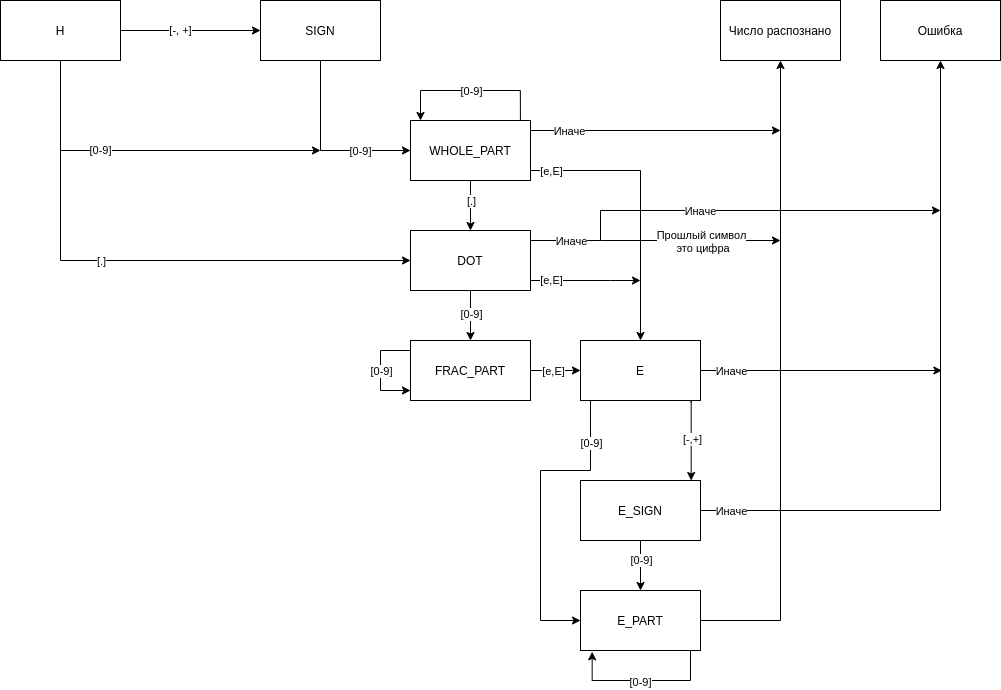
This is numberStatesDgram.png from sevskii111/compiler, a draw.io export, as it was before one commit. Source tidied: cells renumbered, new cells last; positions are measured from the earlier drawing's top-left corner, leaving out a move shared by most shapes. Its diagram source:
```xml
<mxGraphModel>
  <root>
    <mxCell id="0" />
    <mxCell id="1" parent="0" />
    <mxCell id="2" style="endArrow=classic;html=1;" parent="1" edge="1">
      <mxGeometry relative="1" as="geometry">
        <mxPoint x="120" y="30" as="sourcePoint" />
        <mxPoint x="260" y="30" as="targetPoint" />
      </mxGeometry>
    </mxCell>
    <mxCell id="3" value="[-, +]" style="edgeLabel;html=1;align=center;verticalAlign=middle;" parent="2" vertex="1">
      <mxGeometry x="-0.23" y="1" relative="1" as="geometry">
        <mxPoint x="6" as="offset" />
      </mxGeometry>
    </mxCell>
    <mxCell id="4" style="edgeStyle=orthogonalEdgeStyle;rounded=0;jettySize=auto;html=1;exitX=0.5;exitY=1;exitDx=0;exitDy=0;entryX=0;entryY=0.5;entryDx=0;entryDy=0;" parent="1" edge="1" source="6" target="11">
      <mxGeometry relative="1" as="geometry" />
    </mxCell>
    <mxCell id="5" value="[0-9]" style="edgeLabel;html=1;align=center;verticalAlign=middle;" parent="4" vertex="1">
      <mxGeometry x="0.21" y="1" relative="1" as="geometry">
        <mxPoint x="21" y="1" as="offset" />
      </mxGeometry>
    </mxCell>
    <mxCell id="6" value="SIGN" style="rounded=0;whiteSpace=wrap;html=1;" parent="1" vertex="1">
      <mxGeometry x="260" width="120" height="60" as="geometry" />
    </mxCell>
    <mxCell id="7" style="edgeStyle=orthogonalEdgeStyle;rounded=0;jettySize=auto;html=1;exitX=0.5;exitY=1;exitDx=0;exitDy=0;entryX=0.5;entryY=0;entryDx=0;entryDy=0;" parent="1" edge="1" source="11" target="19">
      <mxGeometry relative="1" as="geometry">
        <Array as="points">
          <mxPoint x="470" y="200" />
          <mxPoint x="470" y="200" />
        </Array>
      </mxGeometry>
    </mxCell>
    <mxCell id="8" value="[.]" style="edgeLabel;html=1;align=center;verticalAlign=middle;" parent="7" vertex="1">
      <mxGeometry x="-0.2" y="-3" relative="1" as="geometry">
        <mxPoint x="3" as="offset" />
      </mxGeometry>
    </mxCell>
    <mxCell id="9" style="edgeStyle=orthogonalEdgeStyle;rounded=0;jettySize=auto;html=1;exitX=1;exitY=0.5;exitDx=0;exitDy=0;" parent="1" edge="1" source="11" target="34">
      <mxGeometry relative="1" as="geometry">
        <Array as="points">
          <mxPoint x="530" y="170" />
          <mxPoint x="640" y="170" />
        </Array>
      </mxGeometry>
    </mxCell>
    <mxCell id="10" value="[e,E]" style="edgeLabel;html=1;align=center;verticalAlign=middle;" parent="9" vertex="1">
      <mxGeometry x="-0.87" y="13" relative="1" as="geometry">
        <mxPoint x="20" y="13" as="offset" />
      </mxGeometry>
    </mxCell>
    <mxCell id="11" value="WHOLE_PART" style="rounded=0;whiteSpace=wrap;html=1;" parent="1" vertex="1">
      <mxGeometry x="410" y="120" width="120" height="60" as="geometry" />
    </mxCell>
    <mxCell id="12" style="edgeStyle=orthogonalEdgeStyle;rounded=0;jettySize=auto;html=1;entryX=0.5;entryY=0;entryDx=0;entryDy=0;" parent="1" edge="1" source="19" target="27">
      <mxGeometry relative="1" as="geometry" />
    </mxCell>
    <mxCell id="13" value="[0-9]" style="edgeLabel;html=1;align=center;verticalAlign=middle;" parent="12" vertex="1">
      <mxGeometry x="-0.09" relative="1" as="geometry" />
    </mxCell>
    <mxCell id="14" style="edgeStyle=orthogonalEdgeStyle;rounded=0;jettySize=auto;html=1;exitX=1;exitY=0.5;exitDx=0;exitDy=0;" parent="1" edge="1" source="19">
      <mxGeometry relative="1" as="geometry">
        <mxPoint x="640" y="280" as="targetPoint" />
        <Array as="points">
          <mxPoint x="530" y="280" />
          <mxPoint x="610" y="280" />
        </Array>
      </mxGeometry>
    </mxCell>
    <mxCell id="15" value="[e,E]" style="edgeLabel;html=1;align=center;verticalAlign=middle;" parent="14" vertex="1">
      <mxGeometry x="-0.41" y="1" relative="1" as="geometry">
        <mxPoint x="1.6" as="offset" />
      </mxGeometry>
    </mxCell>
    <mxCell id="16" style="edgeStyle=orthogonalEdgeStyle;rounded=0;jettySize=auto;html=1;exitX=1;exitY=0.25;exitDx=0;exitDy=0;" parent="1" edge="1" source="19">
      <mxGeometry relative="1" as="geometry">
        <mxPoint x="940" y="210" as="targetPoint" />
        <Array as="points">
          <mxPoint x="530" y="240" />
          <mxPoint x="600" y="240" />
          <mxPoint x="600" y="210" />
        </Array>
      </mxGeometry>
    </mxCell>
    <mxCell id="17" value="Иначе" style="edgeLabel;html=1;align=center;verticalAlign=middle;" parent="16" vertex="1">
      <mxGeometry y="90" relative="1" as="geometry">
        <mxPoint x="-147.9" y="120" as="offset" />
      </mxGeometry>
    </mxCell>
    <mxCell id="18" value="Иначе" style="edgeLabel;html=1;align=center;verticalAlign=middle;" parent="16" vertex="1">
      <mxGeometry x="-0.14" relative="1" as="geometry">
        <mxPoint x="13" as="offset" />
      </mxGeometry>
    </mxCell>
    <mxCell id="19" value="DOT" style="rounded=0;whiteSpace=wrap;html=1;" parent="1" vertex="1">
      <mxGeometry x="410" y="230" width="120" height="60" as="geometry" />
    </mxCell>
    <mxCell id="20" style="edgeStyle=orthogonalEdgeStyle;rounded=0;jettySize=auto;html=1;" parent="1" edge="1" source="24">
      <mxGeometry relative="1" as="geometry">
        <mxPoint x="320" y="150" as="targetPoint" />
        <Array as="points">
          <mxPoint x="60" y="150" />
        </Array>
      </mxGeometry>
    </mxCell>
    <mxCell id="21" value="[0-9]" style="edgeLabel;html=1;align=center;verticalAlign=middle;" parent="20" vertex="1">
      <mxGeometry x="-0.49" y="39" relative="1" as="geometry">
        <mxPoint y="1" as="offset" />
      </mxGeometry>
    </mxCell>
    <mxCell id="22" style="edgeStyle=orthogonalEdgeStyle;rounded=0;jettySize=auto;html=1;entryX=0;entryY=0.5;entryDx=0;entryDy=0;" parent="1" edge="1" source="24" target="19">
      <mxGeometry relative="1" as="geometry">
        <Array as="points">
          <mxPoint x="60" y="260" />
        </Array>
      </mxGeometry>
    </mxCell>
    <mxCell id="23" value="[.]" style="edgeLabel;html=1;align=center;verticalAlign=middle;" parent="22" vertex="1">
      <mxGeometry x="-0.27" y="28" relative="1" as="geometry">
        <mxPoint x="40" y="28" as="offset" />
      </mxGeometry>
    </mxCell>
    <mxCell id="24" value="H" style="rounded=0;whiteSpace=wrap;html=1;" parent="1" vertex="1">
      <mxGeometry width="120" height="60" as="geometry" />
    </mxCell>
    <mxCell id="25" style="edgeStyle=orthogonalEdgeStyle;rounded=0;jettySize=auto;html=1;entryX=0;entryY=0.5;entryDx=0;entryDy=0;" parent="1" edge="1" source="27" target="34">
      <mxGeometry relative="1" as="geometry">
        <Array as="points">
          <mxPoint x="550" y="370" />
          <mxPoint x="550" y="370" />
        </Array>
      </mxGeometry>
    </mxCell>
    <mxCell id="26" value="[e,E]" style="edgeLabel;html=1;align=center;verticalAlign=middle;" parent="25" vertex="1">
      <mxGeometry x="-0.15" relative="1" as="geometry" />
    </mxCell>
    <mxCell id="27" value="FRAC_PART" style="rounded=0;whiteSpace=wrap;html=1;" parent="1" vertex="1">
      <mxGeometry x="410" y="340" width="120" height="60" as="geometry" />
    </mxCell>
    <mxCell id="28" style="edgeStyle=orthogonalEdgeStyle;rounded=0;jettySize=auto;html=1;exitX=0.922;exitY=1.034;exitDx=0;exitDy=0;exitPerimeter=0;" parent="1" edge="1" source="34" target="49">
      <mxGeometry relative="1" as="geometry">
        <Array as="points">
          <mxPoint x="691" y="400" />
          <mxPoint x="690" y="400" />
        </Array>
      </mxGeometry>
    </mxCell>
    <mxCell id="29" value="[-,+]" style="edgeLabel;html=1;align=center;verticalAlign=middle;" parent="28" vertex="1">
      <mxGeometry x="0.27" relative="1" as="geometry">
        <mxPoint y="-11.8" as="offset" />
      </mxGeometry>
    </mxCell>
    <mxCell id="30" style="edgeStyle=orthogonalEdgeStyle;rounded=0;jettySize=auto;html=1;entryX=0;entryY=0.5;entryDx=0;entryDy=0;" parent="1" edge="1" source="34" target="53">
      <mxGeometry relative="1" as="geometry">
        <Array as="points">
          <mxPoint x="590" y="470" />
          <mxPoint x="540" y="470" />
          <mxPoint x="540" y="620" />
        </Array>
      </mxGeometry>
    </mxCell>
    <mxCell id="31" value="[0-9]" style="edgeLabel;html=1;align=center;verticalAlign=middle;" parent="30" vertex="1">
      <mxGeometry x="-0.74" relative="1" as="geometry" />
    </mxCell>
    <mxCell id="32" style="edgeStyle=orthogonalEdgeStyle;rounded=0;jettySize=auto;html=1;endArrow=classic;endFill=1;" parent="1" edge="1" source="34">
      <mxGeometry relative="1" as="geometry">
        <mxPoint x="941.4" y="370" as="targetPoint" />
      </mxGeometry>
    </mxCell>
    <mxCell id="33" value="Иначе" style="edgeLabel;html=1;align=center;verticalAlign=middle;" parent="32" vertex="1">
      <mxGeometry x="-0.86" relative="1" as="geometry">
        <mxPoint x="13.3" as="offset" />
      </mxGeometry>
    </mxCell>
    <mxCell id="34" value="E" style="rounded=0;whiteSpace=wrap;html=1;" parent="1" vertex="1">
      <mxGeometry x="580" y="340" width="120" height="60" as="geometry" />
    </mxCell>
    <mxCell id="35" style="endArrow=classic;html=1;" parent="1" edge="1">
      <mxGeometry relative="1" as="geometry">
        <mxPoint x="530" y="130" as="sourcePoint" />
        <mxPoint x="780" y="130" as="targetPoint" />
      </mxGeometry>
    </mxCell>
    <mxCell id="36" value="Иначе" style="edgeLabel;html=1;align=center;verticalAlign=middle;" parent="35" vertex="1">
      <mxGeometry x="-0.61" relative="1" as="geometry">
        <mxPoint x="-11.4" as="offset" />
      </mxGeometry>
    </mxCell>
    <mxCell id="37" style="edgeStyle=orthogonalEdgeStyle;rounded=0;orthogonalLoop=1;jettySize=auto;html=1;exitX=0.916;exitY=0.008;exitDx=0;exitDy=0;exitPerimeter=0;" parent="1" edge="1" source="11" target="11">
      <mxGeometry relative="1" as="geometry">
        <Array as="points">
          <mxPoint x="520" y="90" />
          <mxPoint x="420" y="90" />
        </Array>
      </mxGeometry>
    </mxCell>
    <mxCell id="38" value="[0-9]" style="edgeLabel;html=1;align=center;verticalAlign=middle;" parent="37" vertex="1">
      <mxGeometry x="0.1" relative="1" as="geometry">
        <mxPoint x="8" as="offset" />
      </mxGeometry>
    </mxCell>
    <mxCell id="39" style="edgeStyle=orthogonalEdgeStyle;rounded=0;orthogonalLoop=1;jettySize=auto;html=1;" parent="1" edge="1" source="27" target="27">
      <mxGeometry relative="1" as="geometry">
        <Array as="points">
          <mxPoint x="380" y="350" />
          <mxPoint x="380" y="390" />
        </Array>
      </mxGeometry>
    </mxCell>
    <mxCell id="40" value="[0-9]" style="edgeLabel;html=1;align=center;verticalAlign=middle;" parent="39" vertex="1">
      <mxGeometry x="-0.4" y="14" relative="1" as="geometry">
        <mxPoint x="-14" y="20.3" as="offset" />
      </mxGeometry>
    </mxCell>
    <mxCell id="41" style="endArrow=classic;html=1;" parent="1" edge="1">
      <mxGeometry relative="1" as="geometry">
        <mxPoint x="600" y="240" as="sourcePoint" />
        <mxPoint x="780" y="240" as="targetPoint" />
      </mxGeometry>
    </mxCell>
    <mxCell id="42" value="Прошлый символ&lt;br&gt;&amp;nbsp;это цифра" style="edgeLabel;html=1;align=center;verticalAlign=middle;" parent="41" vertex="1">
      <mxGeometry x="-0.71" y="-2" relative="1" as="geometry">
        <mxPoint x="73.7" y="-2" as="offset" />
      </mxGeometry>
    </mxCell>
    <mxCell id="43" value="Число распознано" style="rounded=0;whiteSpace=wrap;html=1;" parent="1" vertex="1">
      <mxGeometry x="720" width="120" height="60" as="geometry" />
    </mxCell>
    <mxCell id="44" value="Ошибка&lt;br&gt;" style="rounded=0;whiteSpace=wrap;html=1;" parent="1" vertex="1">
      <mxGeometry x="880" width="120" height="60" as="geometry" />
    </mxCell>
    <mxCell id="45" style="edgeStyle=orthogonalEdgeStyle;rounded=0;jettySize=auto;html=1;entryX=0.5;entryY=0;entryDx=0;entryDy=0;" parent="1" edge="1" source="49" target="53">
      <mxGeometry relative="1" as="geometry" />
    </mxCell>
    <mxCell id="46" value="[0-9]" style="edgeLabel;html=1;align=center;verticalAlign=middle;" parent="45" vertex="1">
      <mxGeometry x="-0.46" relative="1" as="geometry">
        <mxPoint y="6.2" as="offset" />
      </mxGeometry>
    </mxCell>
    <mxCell id="47" style="edgeStyle=orthogonalEdgeStyle;rounded=0;jettySize=auto;html=1;entryX=0.5;entryY=1;entryDx=0;entryDy=0;" parent="1" edge="1" source="49" target="44">
      <mxGeometry relative="1" as="geometry">
        <Array as="points">
          <mxPoint x="940" y="510" />
        </Array>
      </mxGeometry>
    </mxCell>
    <mxCell id="48" value="Иначе" style="edgeLabel;html=1;align=center;verticalAlign=middle;" parent="47" vertex="1">
      <mxGeometry x="-0.83" relative="1" as="geometry">
        <mxPoint x="-28.6" as="offset" />
      </mxGeometry>
    </mxCell>
    <mxCell id="49" value="E_SIGN" style="rounded=0;whiteSpace=wrap;html=1;" parent="1" vertex="1">
      <mxGeometry x="580" y="480" width="120" height="60" as="geometry" />
    </mxCell>
    <mxCell id="50" style="edgeStyle=orthogonalEdgeStyle;rounded=0;orthogonalLoop=1;jettySize=auto;html=1;entryX=0.097;entryY=1.022;entryDx=0;entryDy=0;entryPerimeter=0;" parent="1" edge="1" source="53" target="53">
      <mxGeometry relative="1" as="geometry">
        <Array as="points">
          <mxPoint x="690" y="680" />
          <mxPoint x="592" y="680" />
        </Array>
      </mxGeometry>
    </mxCell>
    <mxCell id="51" value="[0-9]" style="edgeLabel;html=1;align=center;verticalAlign=middle;" parent="50" vertex="1">
      <mxGeometry x="0.12" y="1" relative="1" as="geometry">
        <mxPoint x="8" as="offset" />
      </mxGeometry>
    </mxCell>
    <mxCell id="52" style="edgeStyle=orthogonalEdgeStyle;rounded=0;jettySize=auto;html=1;exitX=1;exitY=0.5;exitDx=0;exitDy=0;endArrow=classic;endFill=1;entryX=0.5;entryY=1;entryDx=0;entryDy=0;" parent="1" edge="1" source="53" target="43">
      <mxGeometry relative="1" as="geometry">
        <Array as="points">
          <mxPoint x="780" y="620" />
        </Array>
      </mxGeometry>
    </mxCell>
    <mxCell id="53" value="E_PART" style="rounded=0;whiteSpace=wrap;html=1;" parent="1" vertex="1">
      <mxGeometry x="580" y="590" width="120" height="60" as="geometry" />
    </mxCell>
  </root>
</mxGraphModel>
```
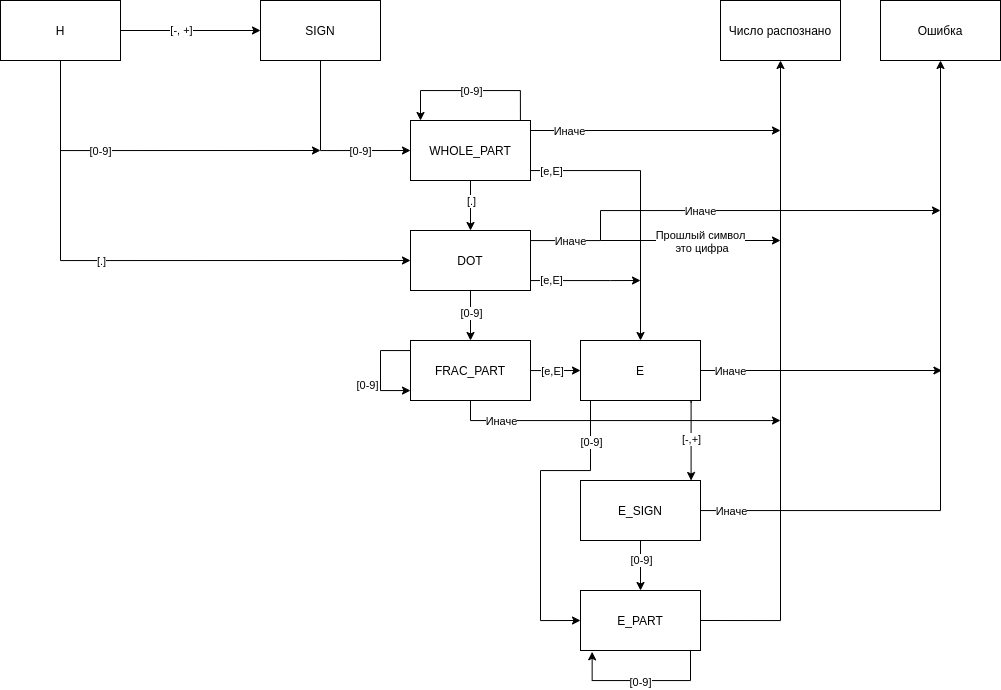
Above is the later version.

The edit, as a diff of the source:
```diff
@@ -135,6 +135,20 @@
     <mxCell id="26" value="[e,E]" style="edgeLabel;html=1;align=center;verticalAlign=middle;" parent="25" vertex="1">
       <mxGeometry x="-0.15" relative="1" as="geometry" />
     </mxCell>
+    <mxCell id="54" style="edgeStyle=orthogonalEdgeStyle;rounded=0;jettySize=auto;html=1;exitX=0.5;exitY=1;exitDx=0;exitDy=0;endArrow=classic;endFill=1;" parent="1" edge="1" source="27">
+      <mxGeometry relative="1" as="geometry">
+        <mxPoint x="780" y="420" as="targetPoint" />
+        <Array as="points">
+          <mxPoint x="470" y="420" />
+          <mxPoint x="770" y="420" />
+        </Array>
+      </mxGeometry>
+    </mxCell>
+    <mxCell id="55" value="Иначе" style="edgeLabel;html=1;align=center;verticalAlign=middle;" parent="54" vertex="1">
+      <mxGeometry x="-0.88" y="18" relative="1" as="geometry">
+        <mxPoint x="30" y="18" as="offset" />
+      </mxGeometry>
+    </mxCell>
     <mxCell id="27" value="FRAC_PART" style="rounded=0;whiteSpace=wrap;html=1;" parent="1" vertex="1">
       <mxGeometry x="410" y="340" width="120" height="60" as="geometry" />
     </mxCell>
```
